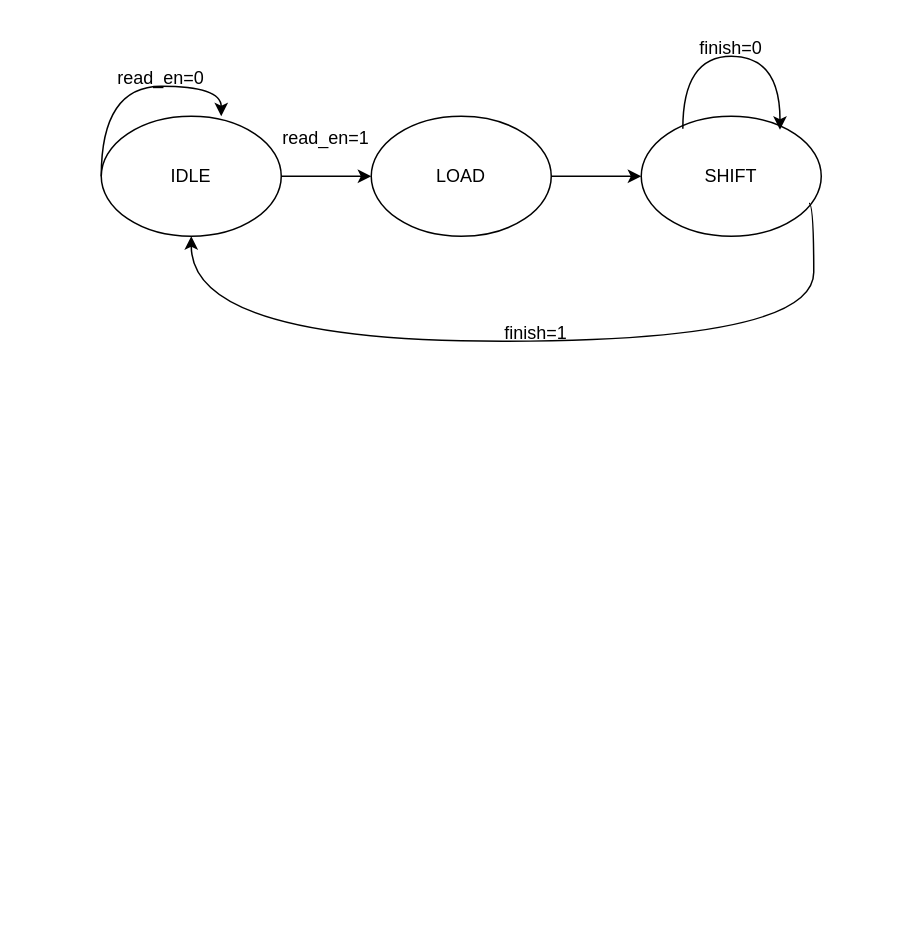
Above: page "FSM" (2 of 3) of NVM.drawio in 106210049/NVM-reader (draw.io), before the change. Source tidied: cells renumbered, new cells numbered last; positions are measured from the earlier drawing's top-left corner, leaving out a move shared by most shapes. Both pictures are drawn from the tidied source at 150%, with x=0, y=0 at pixel (100, 26).
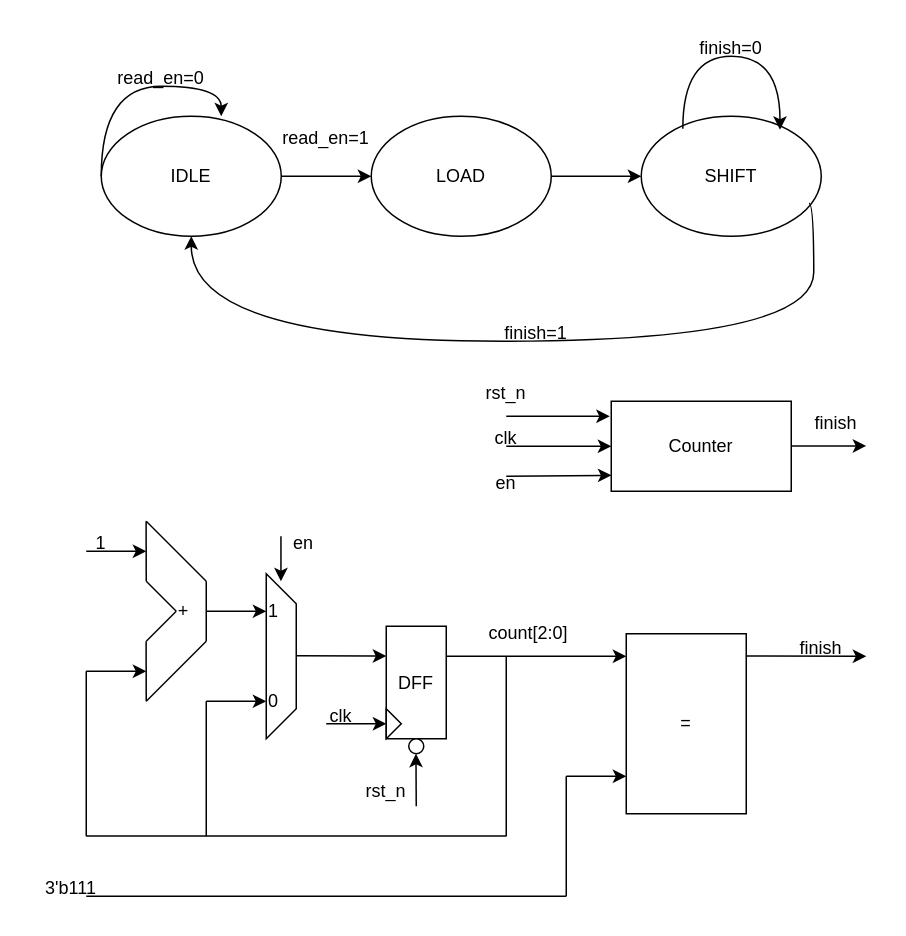
The same page after the edit.

The edit, as a diff of the source:
```diff
@@
+    <mxCell id="14" style="endArrow=none;html=1;rounded=0;" parent="1" edge="1">
+      <mxGeometry relative="1" as="geometry">
+        <mxPoint x="70" y="370" as="sourcePoint" />
+        <mxPoint x="30" y="330" as="targetPoint" />
+      </mxGeometry>
+    </mxCell>
+    <mxCell id="15" style="endArrow=none;html=1;rounded=0;" parent="1" edge="1">
+      <mxGeometry relative="1" as="geometry">
+        <mxPoint x="70" y="410" as="sourcePoint" />
+        <mxPoint x="70" y="370" as="targetPoint" />
+      </mxGeometry>
+    </mxCell>
+    <mxCell id="16" style="endArrow=classic;html=1;rounded=0;" parent="1" edge="1">
+      <mxGeometry relative="1" as="geometry">
+        <mxPoint x="70" y="390" as="sourcePoint" />
+        <mxPoint x="110" y="390" as="targetPoint" />
+      </mxGeometry>
+    </mxCell>
+    <mxCell id="17" style="endArrow=none;html=1;rounded=0;" parent="1" edge="1">
+      <mxGeometry relative="1" as="geometry">
+        <mxPoint x="30" y="450" as="sourcePoint" />
+        <mxPoint x="70" y="410" as="targetPoint" />
+      </mxGeometry>
+    </mxCell>
+    <mxCell id="18" style="endArrow=none;html=1;rounded=0;" parent="1" edge="1">
+      <mxGeometry relative="1" as="geometry">
+        <mxPoint x="30" y="370" as="sourcePoint" />
+        <mxPoint x="29.9" y="330" as="targetPoint" />
+      </mxGeometry>
+    </mxCell>
+    <mxCell id="19" style="endArrow=none;html=1;rounded=0;" parent="1" edge="1">
+      <mxGeometry relative="1" as="geometry">
+        <mxPoint x="30" y="450" as="sourcePoint" />
+        <mxPoint x="29.9" y="410" as="targetPoint" />
+      </mxGeometry>
+    </mxCell>
+    <mxCell id="20" style="endArrow=none;html=1;rounded=0;" parent="1" edge="1">
+      <mxGeometry relative="1" as="geometry">
+        <mxPoint x="50" y="390" as="sourcePoint" />
+        <mxPoint x="30" y="370" as="targetPoint" />
+      </mxGeometry>
+    </mxCell>
+    <mxCell id="21" style="endArrow=none;html=1;rounded=0;" parent="1" edge="1">
+      <mxGeometry relative="1" as="geometry">
+        <mxPoint x="30" y="410" as="sourcePoint" />
+        <mxPoint x="50" y="390" as="targetPoint" />
+      </mxGeometry>
+    </mxCell>
+    <mxCell id="22" value="+" style="text;strokeColor=none;align=center;fillColor=none;html=1;verticalAlign=middle;whiteSpace=wrap;rounded=0;" parent="1" vertex="1">
+      <mxGeometry x="40" y="380" width="30" height="20" as="geometry" />
+    </mxCell>
+    <mxCell id="23" style="endArrow=classic;html=1;rounded=0;" parent="1" edge="1">
+      <mxGeometry relative="1" as="geometry">
+        <mxPoint x="-10" y="350" as="sourcePoint" />
+        <mxPoint x="30" y="350" as="targetPoint" />
+      </mxGeometry>
+    </mxCell>
+    <mxCell id="24" style="endArrow=classic;html=1;rounded=0;" parent="1" edge="1">
+      <mxGeometry relative="1" as="geometry">
+        <mxPoint x="-10" y="430" as="sourcePoint" />
+        <mxPoint x="30" y="430" as="targetPoint" />
+      </mxGeometry>
+    </mxCell>
+    <mxCell id="25" style="shape=trapezoid;perimeter=trapezoidPerimeter;whiteSpace=wrap;html=1;fixedSize=1;rotation=90;" parent="1" vertex="1">
+      <mxGeometry x="65" y="410" width="110" height="20" as="geometry" />
+    </mxCell>
+    <mxCell id="26" style="endArrow=classic;html=1;rounded=0;" parent="1" edge="1">
+      <mxGeometry relative="1" as="geometry">
+        <mxPoint x="70" y="450" as="sourcePoint" />
+        <mxPoint x="110" y="450" as="targetPoint" />
+      </mxGeometry>
+    </mxCell>
+    <mxCell id="27" style="endArrow=classic;html=1;rounded=0;" parent="1" edge="1">
+      <mxGeometry relative="1" as="geometry">
+        <mxPoint x="130" y="419.7" as="sourcePoint" />
+        <mxPoint x="190" y="419.9" as="targetPoint" />
+      </mxGeometry>
+    </mxCell>
+    <mxCell id="28" value="DFF" style="rounded=0;whiteSpace=wrap;html=1;" parent="1" vertex="1">
+      <mxGeometry x="190" y="400" width="40" height="75" as="geometry" />
+    </mxCell>
+    <mxCell id="29" style="endArrow=classic;html=1;rounded=0;entryX=0;entryY=0.125;entryDx=0;entryDy=0;entryPerimeter=0;" parent="1" edge="1" target="35">
+      <mxGeometry relative="1" as="geometry">
+        <mxPoint x="230" y="420" as="sourcePoint" />
+      </mxGeometry>
+    </mxCell>
+    <mxCell id="30" style="triangle;whiteSpace=wrap;html=1;" parent="1" vertex="1">
+      <mxGeometry x="190" y="455" width="10" height="20" as="geometry" />
+    </mxCell>
+    <mxCell id="31" style="endArrow=none;html=1;rounded=0;" parent="1" edge="1">
+      <mxGeometry relative="1" as="geometry">
+        <mxPoint x="70" y="540" as="sourcePoint" />
+        <mxPoint x="70" y="450" as="targetPoint" />
+      </mxGeometry>
+    </mxCell>
+    <mxCell id="32" style="endArrow=none;html=1;rounded=0;" parent="1" edge="1">
+      <mxGeometry relative="1" as="geometry">
+        <mxPoint x="-10" y="539.8" as="sourcePoint" />
+        <mxPoint x="270" y="539.8" as="targetPoint" />
+      </mxGeometry>
+    </mxCell>
+    <mxCell id="33" style="endArrow=none;html=1;rounded=0;" parent="1" edge="1">
+      <mxGeometry relative="1" as="geometry">
+        <mxPoint x="-10" y="540" as="sourcePoint" />
+        <mxPoint x="-10" y="430" as="targetPoint" />
+      </mxGeometry>
+    </mxCell>
+    <mxCell id="34" style="endArrow=none;html=1;rounded=0;" parent="1" edge="1">
+      <mxGeometry relative="1" as="geometry">
+        <mxPoint x="270" y="540" as="sourcePoint" />
+        <mxPoint x="270" y="420" as="targetPoint" />
+      </mxGeometry>
+    </mxCell>
+    <mxCell id="35" value="=" style="rounded=0;whiteSpace=wrap;html=1;" parent="1" vertex="1">
+      <mxGeometry x="350" y="405" width="80" height="120" as="geometry" />
+    </mxCell>
+    <mxCell id="36" style="endArrow=classic;html=1;rounded=0;" parent="1" edge="1">
+      <mxGeometry relative="1" as="geometry">
+        <mxPoint x="310" y="500" as="sourcePoint" />
+        <mxPoint x="350" y="500" as="targetPoint" />
+      </mxGeometry>
+    </mxCell>
+    <mxCell id="37" style="endArrow=none;html=1;rounded=0;" parent="1" edge="1">
+      <mxGeometry relative="1" as="geometry">
+        <mxPoint x="310" y="580" as="sourcePoint" />
+        <mxPoint x="310" y="500" as="targetPoint" />
+      </mxGeometry>
+    </mxCell>
+    <mxCell id="38" style="endArrow=none;html=1;rounded=0;" parent="1" edge="1">
+      <mxGeometry relative="1" as="geometry">
+        <mxPoint x="-10" y="580" as="sourcePoint" />
+        <mxPoint x="310" y="580" as="targetPoint" />
+      </mxGeometry>
+    </mxCell>
+    <mxCell id="39" value="3'b111" style="text;strokeColor=none;align=center;fillColor=none;html=1;verticalAlign=middle;whiteSpace=wrap;rounded=0;" parent="1" vertex="1">
+      <mxGeometry x="-50" y="560" width="60" height="30" as="geometry" />
+    </mxCell>
+    <mxCell id="40" value="1" style="text;strokeColor=none;align=center;fillColor=none;html=1;verticalAlign=middle;whiteSpace=wrap;rounded=0;" parent="1" vertex="1">
+      <mxGeometry x="-30" y="330" width="60" height="30" as="geometry" />
+    </mxCell>
+    <mxCell id="41" value="1" style="text;strokeColor=none;align=center;fillColor=none;html=1;verticalAlign=middle;whiteSpace=wrap;rounded=0;" parent="1" vertex="1">
+      <mxGeometry x="100" y="375" width="30" height="30" as="geometry" />
+    </mxCell>
+    <mxCell id="42" value="0" style="text;strokeColor=none;align=center;fillColor=none;html=1;verticalAlign=middle;whiteSpace=wrap;rounded=0;" parent="1" vertex="1">
+      <mxGeometry x="100" y="435" width="30" height="30" as="geometry" />
+    </mxCell>
+    <mxCell id="43" style="endArrow=classic;html=1;rounded=0;" parent="1" edge="1">
+      <mxGeometry relative="1" as="geometry">
+        <mxPoint x="119.8" y="340" as="sourcePoint" />
+        <mxPoint x="119.8" y="370" as="targetPoint" />
+      </mxGeometry>
+    </mxCell>
+    <mxCell id="44" value="en" style="text;strokeColor=none;align=center;fillColor=none;html=1;verticalAlign=middle;whiteSpace=wrap;rounded=0;" parent="1" vertex="1">
+      <mxGeometry x="120" y="330" width="30" height="30" as="geometry" />
+    </mxCell>
+    <mxCell id="45" style="endArrow=classic;html=1;rounded=0;" parent="1" edge="1">
+      <mxGeometry relative="1" as="geometry">
+        <mxPoint x="430" y="419.8" as="sourcePoint" />
+        <mxPoint x="510" y="420" as="targetPoint" />
+      </mxGeometry>
+    </mxCell>
+    <mxCell id="46" value="count[2:0]" style="text;strokeColor=none;align=center;fillColor=none;html=1;verticalAlign=middle;whiteSpace=wrap;rounded=0;" parent="1" vertex="1">
+      <mxGeometry x="255" y="390" width="60" height="30" as="geometry" />
+    </mxCell>
+    <mxCell id="47" value="finish" style="text;strokeColor=none;align=center;fillColor=none;html=1;verticalAlign=middle;whiteSpace=wrap;rounded=0;" parent="1" vertex="1">
+      <mxGeometry x="450" y="400" width="60" height="30" as="geometry" />
+    </mxCell>
+    <mxCell id="48" style="endArrow=classic;html=1;rounded=0;" parent="1" edge="1">
+      <mxGeometry relative="1" as="geometry">
+        <mxPoint x="150" y="465" as="sourcePoint" />
+        <mxPoint x="190" y="465" as="targetPoint" />
+      </mxGeometry>
+    </mxCell>
+    <mxCell id="49" value="clk" style="text;strokeColor=none;align=center;fillColor=none;html=1;verticalAlign=middle;whiteSpace=wrap;rounded=0;" parent="1" vertex="1">
+      <mxGeometry x="145" y="445" width="30" height="30" as="geometry" />
+    </mxCell>
+    <mxCell id="50" style="ellipse;whiteSpace=wrap;html=1;" parent="1" vertex="1">
+      <mxGeometry x="205" y="475" width="10" height="10" as="geometry" />
+    </mxCell>
+    <mxCell id="51" style="endArrow=classic;html=1;rounded=0;" parent="1" edge="1">
+      <mxGeometry relative="1" as="geometry">
+        <mxPoint x="210" y="520" as="sourcePoint" />
+        <mxPoint x="209.8" y="485" as="targetPoint" />
+      </mxGeometry>
+    </mxCell>
+    <mxCell id="52" value="rst_n" style="text;strokeColor=none;align=center;fillColor=none;html=1;verticalAlign=middle;whiteSpace=wrap;rounded=0;" parent="1" vertex="1">
+      <mxGeometry x="175" y="495" width="30" height="30" as="geometry" />
+    </mxCell>
+    <mxCell id="53" value="Counter" style="rounded=0;whiteSpace=wrap;html=1;" parent="1" vertex="1">
+      <mxGeometry x="340" y="250" width="120" height="60" as="geometry" />
+    </mxCell>
+    <mxCell id="54" style="endArrow=classic;html=1;rounded=0;" parent="1" edge="1">
+      <mxGeometry relative="1" as="geometry">
+        <mxPoint x="270" y="260" as="sourcePoint" />
+        <mxPoint x="339" y="260" as="targetPoint" />
+      </mxGeometry>
+    </mxCell>
+    <mxCell id="55" style="endArrow=classic;html=1;rounded=0;entryX=0;entryY=0.5;entryDx=0;entryDy=0;" parent="1" edge="1" target="53">
+      <mxGeometry relative="1" as="geometry">
+        <mxPoint x="270" y="280" as="sourcePoint" />
+      </mxGeometry>
+    </mxCell>
+    <mxCell id="56" style="endArrow=classic;html=1;rounded=0;entryX=0.001;entryY=0.823;entryDx=0;entryDy=0;entryPerimeter=0;" parent="1" edge="1" target="53">
+      <mxGeometry relative="1" as="geometry">
+        <mxPoint x="270" y="300" as="sourcePoint" />
+      </mxGeometry>
+    </mxCell>
+    <mxCell id="57" value="en" style="text;strokeColor=none;align=center;fillColor=none;html=1;verticalAlign=middle;whiteSpace=wrap;rounded=0;" parent="1" vertex="1">
+      <mxGeometry x="240" y="290" width="60" height="30" as="geometry" />
+    </mxCell>
+    <mxCell id="58" value="clk" style="text;strokeColor=none;align=center;fillColor=none;html=1;verticalAlign=middle;whiteSpace=wrap;rounded=0;" parent="1" vertex="1">
+      <mxGeometry x="255" y="260" width="30" height="30" as="geometry" />
+    </mxCell>
+    <mxCell id="59" value="rst_n" style="text;strokeColor=none;align=center;fillColor=none;html=1;verticalAlign=middle;whiteSpace=wrap;rounded=0;" parent="1" vertex="1">
+      <mxGeometry x="255" y="230" width="30" height="30" as="geometry" />
+    </mxCell>
+    <mxCell id="60" style="endArrow=classic;html=1;rounded=0;" parent="1" edge="1">
+      <mxGeometry relative="1" as="geometry">
+        <mxPoint x="460" y="279.8" as="sourcePoint" />
+        <mxPoint x="510" y="279.8" as="targetPoint" />
+      </mxGeometry>
+    </mxCell>
+    <mxCell id="61" value="finish" style="text;strokeColor=none;align=center;fillColor=none;html=1;verticalAlign=middle;whiteSpace=wrap;rounded=0;" parent="1" vertex="1">
+      <mxGeometry x="460" y="250" width="60" height="30" as="geometry" />
+    </mxCell>
```
